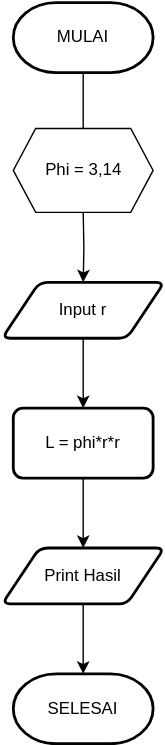
This is FLOWCHART HITUNG LUAS LINGKARAN.drawio.svg from AzhariZulfi/Algo-C-23241098, a draw.io export, as it was before one commit. Source tidied: cells renumbered, new cells last; positions are measured from the earlier drawing's top-left corner, leaving out a move shared by most shapes. The source it was exported from:
```xml
<mxGraphModel>
  <root>
    <mxCell id="0" />
    <mxCell id="1" parent="0" />
    <mxCell id="2" style="edgeStyle=orthogonalEdgeStyle;rounded=0;jettySize=auto;html=1;" parent="1" edge="1" source="3" target="10">
      <mxGeometry relative="1" as="geometry" />
    </mxCell>
    <mxCell id="3" value="Input r" style="shape=parallelogram;html=1;strokeWidth=2;perimeter=parallelogramPerimeter;whiteSpace=wrap;rounded=1;arcSize=12;size=0.23;" parent="1" vertex="1">
      <mxGeometry y="200" width="116" height="40" as="geometry" />
    </mxCell>
    <mxCell id="4" style="edgeStyle=orthogonalEdgeStyle;rounded=0;jettySize=auto;html=1;" parent="1" edge="1" source="5" target="8">
      <mxGeometry relative="1" as="geometry" />
    </mxCell>
    <mxCell id="5" value="MULAI" style="strokeWidth=2;html=1;shape=mxgraph.flowchart.terminator;whiteSpace=wrap;" parent="1" vertex="1">
      <mxGeometry x="8" width="100" height="50" as="geometry" />
    </mxCell>
    <mxCell id="6" style="verticalLabelPosition=bottom;verticalAlign=top;html=1;shape=hexagon;perimeter=hexagonPerimeter2;arcSize=6;size=0.16;" parent="1" vertex="1">
      <mxGeometry x="8" y="90" width="100" height="60" as="geometry" />
    </mxCell>
    <mxCell id="7" style="edgeStyle=orthogonalEdgeStyle;rounded=0;jettySize=auto;html=1;" parent="1" edge="1" target="3">
      <mxGeometry relative="1" as="geometry">
        <mxPoint x="58" y="150" as="sourcePoint" />
      </mxGeometry>
    </mxCell>
    <mxCell id="8" value="Phi = 3,14" style="text;html=1;align=center;verticalAlign=middle;points=[];strokeColor=none;fillColor=none;" parent="1" vertex="1">
      <mxGeometry x="18" y="105" width="80" height="30" as="geometry" />
    </mxCell>
    <mxCell id="9" style="edgeStyle=orthogonalEdgeStyle;rounded=0;jettySize=auto;html=1;" parent="1" edge="1" source="10" target="12">
      <mxGeometry relative="1" as="geometry" />
    </mxCell>
    <mxCell id="10" value="L = phi*r*r" style="rounded=1;whiteSpace=wrap;html=1;absoluteArcSize=1;arcSize=14;strokeWidth=2;" parent="1" vertex="1">
      <mxGeometry x="8" y="290" width="100" height="50" as="geometry" />
    </mxCell>
    <mxCell id="11" style="edgeStyle=orthogonalEdgeStyle;rounded=0;jettySize=auto;html=1;" parent="1" edge="1" source="12" target="13">
      <mxGeometry relative="1" as="geometry" />
    </mxCell>
    <mxCell id="12" value="Print Hasil" style="shape=parallelogram;html=1;strokeWidth=2;perimeter=parallelogramPerimeter;whiteSpace=wrap;rounded=1;arcSize=12;size=0.23;" parent="1" vertex="1">
      <mxGeometry y="390" width="116" height="40" as="geometry" />
    </mxCell>
    <mxCell id="13" value="SELESAI" style="strokeWidth=2;html=1;shape=mxgraph.flowchart.terminator;whiteSpace=wrap;" parent="1" vertex="1">
      <mxGeometry x="8" y="480" width="100" height="50" as="geometry" />
    </mxCell>
  </root>
</mxGraphModel>
```
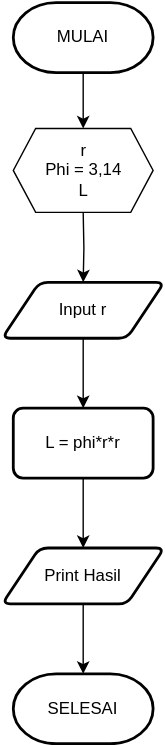
Later version of the same file.

What changed in the source:
```diff
@@ -22,8 +22,8 @@
         <mxPoint x="58" y="150" as="sourcePoint" />
       </mxGeometry>
     </mxCell>
-    <mxCell id="8" value="Phi = 3,14" style="text;html=1;align=center;verticalAlign=middle;points=[];strokeColor=none;fillColor=none;" parent="1" vertex="1">
-      <mxGeometry x="18" y="105" width="80" height="30" as="geometry" />
+    <mxCell id="8" value="&lt;div&gt;r&lt;/div&gt;&lt;div&gt;Phi = 3,14&lt;/div&gt;&lt;div&gt;L&lt;br&gt;&lt;/div&gt;" style="text;html=1;align=center;verticalAlign=middle;points=[];strokeColor=none;fillColor=none;" parent="1" vertex="1">
+      <mxGeometry x="18" y="90" width="80" height="60" as="geometry" />
     </mxCell>
     <mxCell id="9" style="edgeStyle=orthogonalEdgeStyle;rounded=0;jettySize=auto;html=1;" parent="1" edge="1" source="10" target="12">
       <mxGeometry relative="1" as="geometry" />
```
